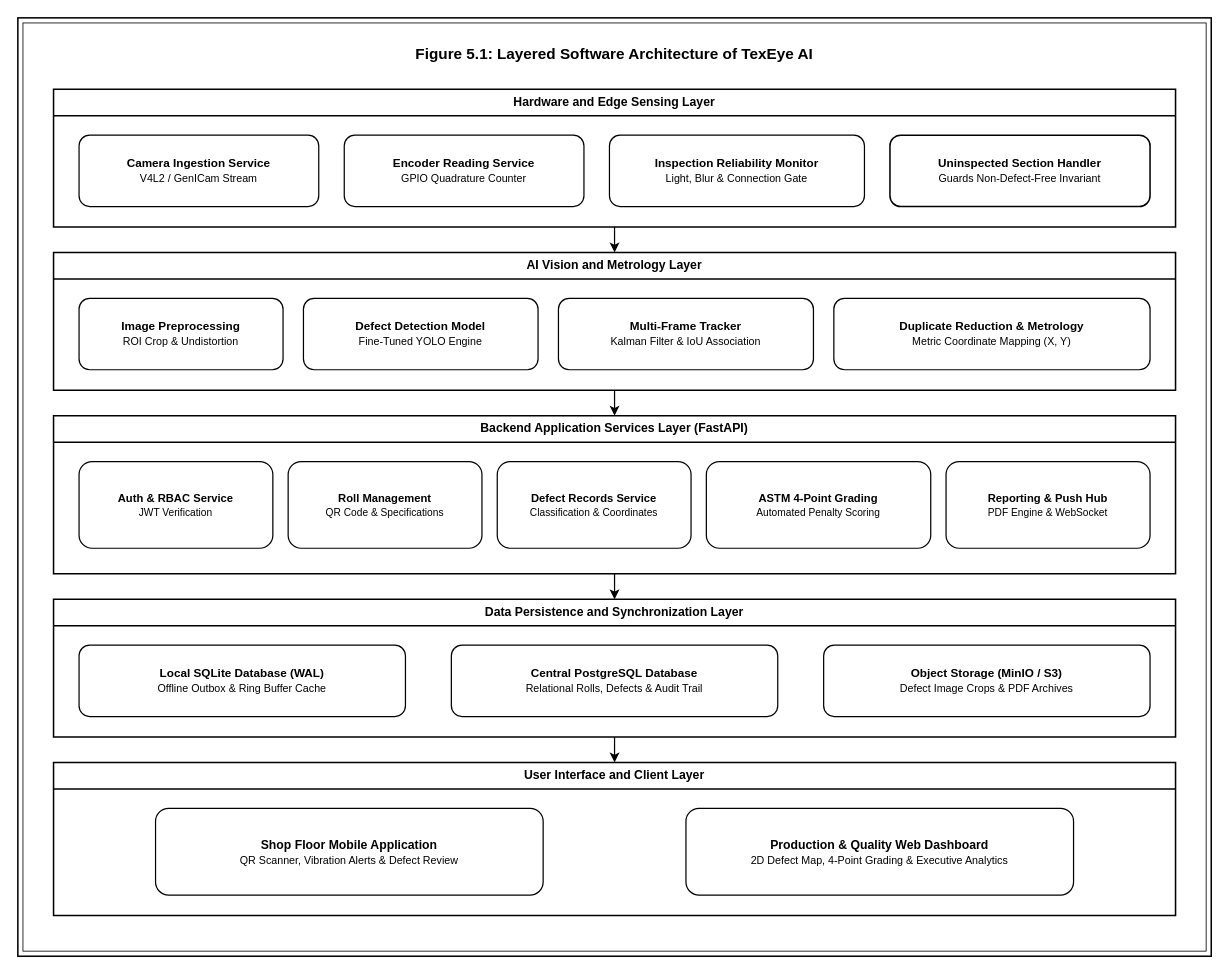
This is diagrams/drawio/05_software_architecture.drawio from TheBilalButt/TexEye-AI-FYP, a draw.io file, before an edit. Source tidied: cells renumbered, new cells numbered last; positions are measured from the earlier drawing's top-left corner, leaving out a move shared by most shapes. Both pictures are drawn from the tidied source at 102%, with x=0, y=0 at pixel (17, 17).
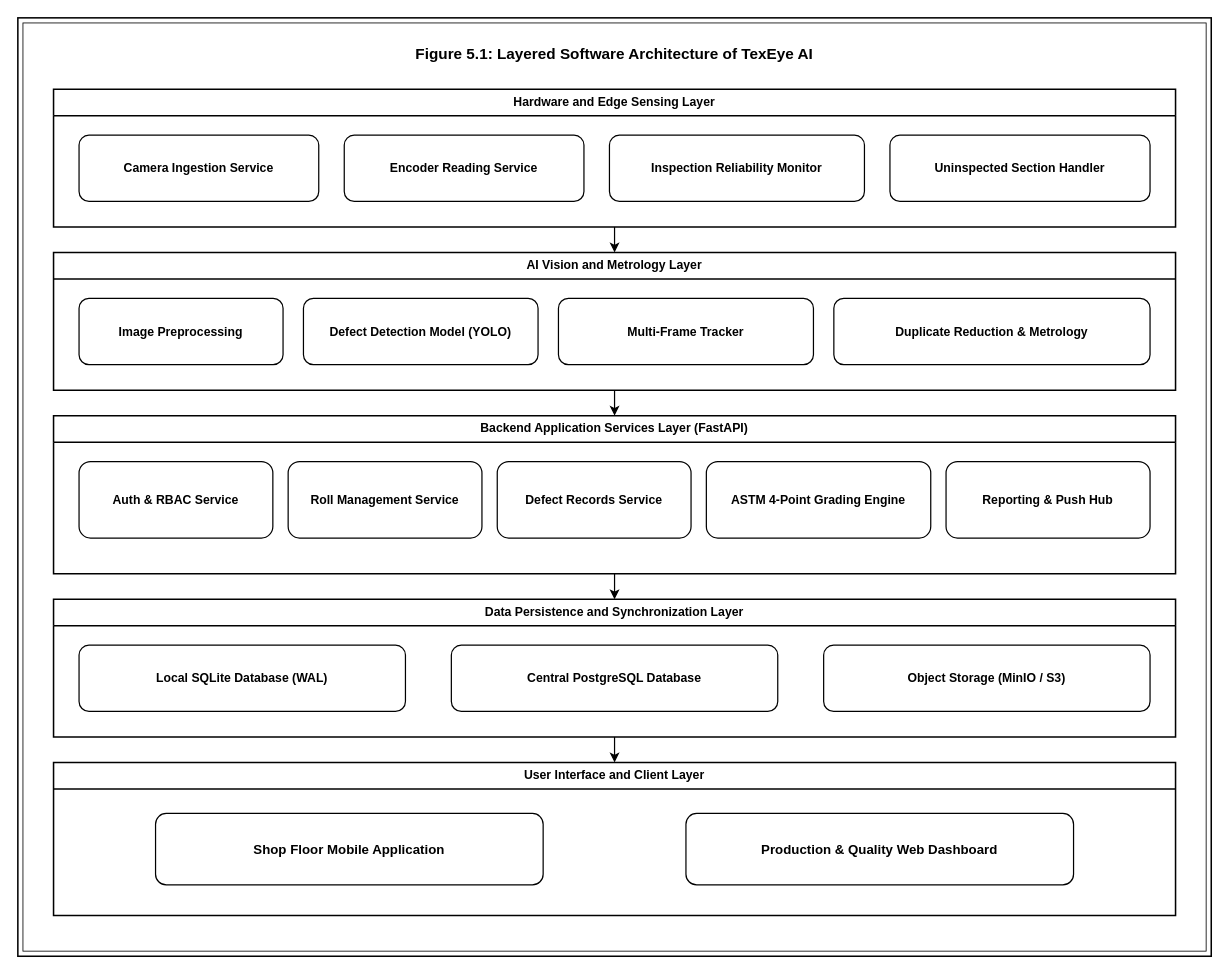
The same page after the edit.

Commit message (it also covers changes not shown here):
fix(software-arch): remove faded subtexts and center titles in Figure 5.1

Unchanged cells that the change refers to:
```xml
<mxCell id="5" value="&lt;b&gt;Hardware and Edge Sensing Layer&lt;/b&gt;" style="swimlane;whiteSpace=wrap;html=1;fillColor=#ffffff;strokeColor=#000000;strokeWidth=1.5;fontSize=12;fontColor=#000000;startSize=26;" parent="1" vertex="1">
  <mxGeometry x="35" y="70" width="1100" height="135" as="geometry" />
</mxCell>
<mxCell id="10" value="&lt;b&gt;AI Vision and Metrology Layer&lt;/b&gt;" style="swimlane;whiteSpace=wrap;html=1;fillColor=#ffffff;strokeColor=#000000;strokeWidth=1.5;fontSize=12;fontColor=#000000;startSize=26;" parent="1" vertex="1">
  <mxGeometry x="35" y="230" width="1100" height="135" as="geometry" />
</mxCell>
<mxCell id="15" value="&lt;b&gt;Backend Application Services Layer (FastAPI)&lt;/b&gt;" style="swimlane;whiteSpace=wrap;html=1;fillColor=#ffffff;strokeColor=#000000;strokeWidth=1.5;fontSize=12;fontColor=#000000;startSize=26;" parent="1" vertex="1">
  <mxGeometry x="35" y="390" width="1100" height="155" as="geometry" />
</mxCell>
<mxCell id="21" value="&lt;b&gt;Data Persistence and Synchronization Layer&lt;/b&gt;" style="swimlane;whiteSpace=wrap;html=1;fillColor=#ffffff;strokeColor=#000000;strokeWidth=1.5;fontSize=12;fontColor=#000000;startSize=26;" parent="1" vertex="1">
  <mxGeometry x="35" y="570" width="1100" height="135" as="geometry" />
</mxCell>
<mxCell id="25" value="&lt;b&gt;User Interface and Client Layer&lt;/b&gt;" style="swimlane;whiteSpace=wrap;html=1;fillColor=#ffffff;strokeColor=#000000;strokeWidth=1.5;fontSize=12;fontColor=#000000;startSize=26;" parent="1" vertex="1">
  <mxGeometry x="35" y="730" width="1100" height="150" as="geometry" />
</mxCell>
```

What changed in the source:
```diff
@@
-    <mxCell id="6" value="&lt;b&gt;Camera Ingestion Service&lt;/b&gt;&lt;br&gt;&lt;font style=&quot;font-size: 10.5px;&quot;&gt;V4L2 / GenICam Stream&lt;/font&gt;" style="rounded=1;whiteSpace=wrap;html=1;fillColor=#ffffff;strokeColor=#000000;strokeWidth=1.2;fontSize=11.5;fontColor=#000000;" parent="5" vertex="1">
-      <mxGeometry x="25" y="45" width="235" height="70" as="geometry" />
+    <mxCell id="6" value="&lt;b&gt;Camera Ingestion Service&lt;/b&gt;" style="rounded=1;whiteSpace=wrap;html=1;fillColor=#ffffff;strokeColor=#000000;strokeWidth=1.2;fontSize=12;fontColor=#000000;" parent="5" vertex="1">
+      <mxGeometry x="25" y="45" width="235" height="65" as="geometry" />
     </mxCell>
-    <mxCell id="7" value="&lt;b&gt;Encoder Reading Service&lt;/b&gt;&lt;br&gt;&lt;font style=&quot;font-size: 10.5px;&quot;&gt;GPIO Quadrature Counter&lt;/font&gt;" style="rounded=1;whiteSpace=wrap;html=1;fillColor=#ffffff;strokeColor=#000000;strokeWidth=1.2;fontSize=11.5;fontColor=#000000;" parent="5" vertex="1">
-      <mxGeometry x="285" y="45" width="235" height="70" as="geometry" />
+    <mxCell id="7" value="&lt;b&gt;Encoder Reading Service&lt;/b&gt;" style="rounded=1;whiteSpace=wrap;html=1;fillColor=#ffffff;strokeColor=#000000;strokeWidth=1.2;fontSize=12;fontColor=#000000;" parent="5" vertex="1">
+      <mxGeometry x="285" y="45" width="235" height="65" as="geometry" />
     </mxCell>
-    <mxCell id="8" value="&lt;b&gt;Inspection Reliability Monitor&lt;/b&gt;&lt;br&gt;&lt;font style=&quot;font-size: 10.5px;&quot;&gt;Light, Blur &amp;amp; Connection Gate&lt;/font&gt;" style="rounded=1;whiteSpace=wrap;html=1;fillColor=#ffffff;strokeColor=#000000;strokeWidth=1.2;fontSize=11.5;fontColor=#000000;" parent="5" vertex="1">
-      <mxGeometry x="545" y="45" width="250" height="70" as="geometry" />
+    <mxCell id="8" value="&lt;b&gt;Inspection Reliability Monitor&lt;/b&gt;" style="rounded=1;whiteSpace=wrap;html=1;fillColor=#ffffff;strokeColor=#000000;strokeWidth=1.2;fontSize=12;fontColor=#000000;" parent="5" vertex="1">
+      <mxGeometry x="545" y="45" width="250" height="65" as="geometry" />
     </mxCell>
-    <mxCell id="9" value="&lt;b&gt;Uninspected Section Handler&lt;/b&gt;&lt;br&gt;&lt;font style=&quot;font-size: 10.5px;&quot;&gt;Guards Non-Defect-Free Invariant&lt;/font&gt;" style="rounded=1;whiteSpace=wrap;html=1;fillColor=#ffffff;strokeColor=#000000;strokeWidth=1.5;fontSize=11.5;fontColor=#000000;" parent="5" vertex="1">
-      <mxGeometry x="820" y="45" width="255" height="70" as="geometry" />
+    <mxCell id="9" value="&lt;b&gt;Uninspected Section Handler&lt;/b&gt;" style="rounded=1;whiteSpace=wrap;html=1;fillColor=#ffffff;strokeColor=#000000;strokeWidth=1.2;fontSize=12;fontColor=#000000;" parent="5" vertex="1">
+      <mxGeometry x="820" y="45" width="255" height="65" as="geometry" />
     </mxCell>
@@
-    <mxCell id="11" value="&lt;b&gt;Image Preprocessing&lt;/b&gt;&lt;br&gt;&lt;font style=&quot;font-size: 10.5px;&quot;&gt;ROI Crop &amp;amp; Undistortion&lt;/font&gt;" style="rounded=1;whiteSpace=wrap;html=1;fillColor=#ffffff;strokeColor=#000000;strokeWidth=1.2;fontSize=11.5;fontColor=#000000;" parent="10" vertex="1">
-      <mxGeometry x="25" y="45" width="200" height="70" as="geometry" />
+    <mxCell id="11" value="&lt;b&gt;Image Preprocessing&lt;/b&gt;" style="rounded=1;whiteSpace=wrap;html=1;fillColor=#ffffff;strokeColor=#000000;strokeWidth=1.2;fontSize=12;fontColor=#000000;" parent="10" vertex="1">
+      <mxGeometry x="25" y="45" width="200" height="65" as="geometry" />
     </mxCell>
-    <mxCell id="12" value="&lt;b&gt;Defect Detection Model&lt;/b&gt;&lt;br&gt;&lt;font style=&quot;font-size: 10.5px;&quot;&gt;Fine-Tuned YOLO Engine&lt;/font&gt;" style="rounded=1;whiteSpace=wrap;html=1;fillColor=#ffffff;strokeColor=#000000;strokeWidth=1.2;fontSize=11.5;fontColor=#000000;" parent="10" vertex="1">
-      <mxGeometry x="245" y="45" width="230" height="70" as="geometry" />
+    <mxCell id="12" value="&lt;b&gt;Defect Detection Model (YOLO)&lt;/b&gt;" style="rounded=1;whiteSpace=wrap;html=1;fillColor=#ffffff;strokeColor=#000000;strokeWidth=1.2;fontSize=12;fontColor=#000000;" parent="10" vertex="1">
+      <mxGeometry x="245" y="45" width="230" height="65" as="geometry" />
     </mxCell>
-    <mxCell id="13" value="&lt;b&gt;Multi-Frame Tracker&lt;/b&gt;&lt;br&gt;&lt;font style=&quot;font-size: 10.5px;&quot;&gt;Kalman Filter &amp;amp; IoU Association&lt;/font&gt;" style="rounded=1;whiteSpace=wrap;html=1;fillColor=#ffffff;strokeColor=#000000;strokeWidth=1.2;fontSize=11.5;fontColor=#000000;" parent="10" vertex="1">
-      <mxGeometry x="495" y="45" width="250" height="70" as="geometry" />
+    <mxCell id="13" value="&lt;b&gt;Multi-Frame Tracker&lt;/b&gt;" style="rounded=1;whiteSpace=wrap;html=1;fillColor=#ffffff;strokeColor=#000000;strokeWidth=1.2;fontSize=12;fontColor=#000000;" parent="10" vertex="1">
+      <mxGeometry x="495" y="45" width="250" height="65" as="geometry" />
     </mxCell>
-    <mxCell id="14" value="&lt;b&gt;Duplicate Reduction &amp;amp; Metrology&lt;/b&gt;&lt;br&gt;&lt;font style=&quot;font-size: 10.5px;&quot;&gt;Metric Coordinate Mapping (X, Y)&lt;/font&gt;" style="rounded=1;whiteSpace=wrap;html=1;fillColor=#ffffff;strokeColor=#000000;strokeWidth=1.2;fontSize=11.5;fontColor=#000000;" parent="10" vertex="1">
-      <mxGeometry x="765" y="45" width="310" height="70" as="geometry" />
+    <mxCell id="14" value="&lt;b&gt;Duplicate Reduction &amp;amp; Metrology&lt;/b&gt;" style="rounded=1;whiteSpace=wrap;html=1;fillColor=#ffffff;strokeColor=#000000;strokeWidth=1.2;fontSize=12;fontColor=#000000;" parent="10" vertex="1">
+      <mxGeometry x="765" y="45" width="310" height="65" as="geometry" />
     </mxCell>
@@
-    <mxCell id="16" value="&lt;b&gt;Auth &amp;amp; RBAC Service&lt;/b&gt;&lt;br&gt;&lt;font style=&quot;font-size: 10px;&quot;&gt;JWT Verification&lt;/font&gt;" style="rounded=1;whiteSpace=wrap;html=1;fillColor=#ffffff;strokeColor=#000000;strokeWidth=1.2;fontSize=11;fontColor=#000000;" parent="15" vertex="1">
-      <mxGeometry x="25" y="45" width="190" height="85" as="geometry" />
+    <mxCell id="16" value="&lt;b&gt;Auth &amp;amp; RBAC Service&lt;/b&gt;" style="rounded=1;whiteSpace=wrap;html=1;fillColor=#ffffff;strokeColor=#000000;strokeWidth=1.2;fontSize=12;fontColor=#000000;" parent="15" vertex="1">
+      <mxGeometry x="25" y="45" width="190" height="75" as="geometry" />
     </mxCell>
-    <mxCell id="17" value="&lt;b&gt;Roll Management&lt;/b&gt;&lt;br&gt;&lt;font style=&quot;font-size: 10px;&quot;&gt;QR Code &amp;amp; Specifications&lt;/font&gt;" style="rounded=1;whiteSpace=wrap;html=1;fillColor=#ffffff;strokeColor=#000000;strokeWidth=1.2;fontSize=11;fontColor=#000000;" parent="15" vertex="1">
-      <mxGeometry x="230" y="45" width="190" height="85" as="geometry" />
+    <mxCell id="17" value="&lt;b&gt;Roll Management Service&lt;/b&gt;" style="rounded=1;whiteSpace=wrap;html=1;fillColor=#ffffff;strokeColor=#000000;strokeWidth=1.2;fontSize=12;fontColor=#000000;" parent="15" vertex="1">
+      <mxGeometry x="230" y="45" width="190" height="75" as="geometry" />
     </mxCell>
-    <mxCell id="18" value="&lt;b&gt;Defect Records Service&lt;/b&gt;&lt;br&gt;&lt;font style=&quot;font-size: 10px;&quot;&gt;Classification &amp;amp; Coordinates&lt;/font&gt;" style="rounded=1;whiteSpace=wrap;html=1;fillColor=#ffffff;strokeColor=#000000;strokeWidth=1.2;fontSize=11;fontColor=#000000;" parent="15" vertex="1">
-      <mxGeometry x="435" y="45" width="190" height="85" as="geometry" />
+    <mxCell id="18" value="&lt;b&gt;Defect Records Service&lt;/b&gt;" style="rounded=1;whiteSpace=wrap;html=1;fillColor=#ffffff;strokeColor=#000000;strokeWidth=1.2;fontSize=12;fontColor=#000000;" parent="15" vertex="1">
+      <mxGeometry x="435" y="45" width="190" height="75" as="geometry" />
     </mxCell>
-    <mxCell id="19" value="&lt;b&gt;ASTM 4-Point Grading&lt;/b&gt;&lt;br&gt;&lt;font style=&quot;font-size: 10px;&quot;&gt;Automated Penalty Scoring&lt;/font&gt;" style="rounded=1;whiteSpace=wrap;html=1;fillColor=#ffffff;strokeColor=#000000;strokeWidth=1.2;fontSize=11;fontColor=#000000;" parent="15" vertex="1">
-      <mxGeometry x="640" y="45" width="220" height="85" as="geometry" />
+    <mxCell id="19" value="&lt;b&gt;ASTM 4-Point Grading Engine&lt;/b&gt;" style="rounded=1;whiteSpace=wrap;html=1;fillColor=#ffffff;strokeColor=#000000;strokeWidth=1.2;fontSize=12;fontColor=#000000;" parent="15" vertex="1">
+      <mxGeometry x="640" y="45" width="220" height="75" as="geometry" />
     </mxCell>
-    <mxCell id="20" value="&lt;b&gt;Reporting &amp;amp; Push Hub&lt;/b&gt;&lt;br&gt;&lt;font style=&quot;font-size: 10px;&quot;&gt;PDF Engine &amp;amp; WebSocket&lt;/font&gt;" style="rounded=1;whiteSpace=wrap;html=1;fillColor=#ffffff;strokeColor=#000000;strokeWidth=1.2;fontSize=11;fontColor=#000000;" parent="15" vertex="1">
-      <mxGeometry x="875" y="45" width="200" height="85" as="geometry" />
+    <mxCell id="20" value="&lt;b&gt;Reporting &amp;amp; Push Hub&lt;/b&gt;" style="rounded=1;whiteSpace=wrap;html=1;fillColor=#ffffff;strokeColor=#000000;strokeWidth=1.2;fontSize=12;fontColor=#000000;" parent="15" vertex="1">
+      <mxGeometry x="875" y="45" width="200" height="75" as="geometry" />
     </mxCell>
@@
-    <mxCell id="22" value="&lt;b&gt;Local SQLite Database (WAL)&lt;/b&gt;&lt;br&gt;&lt;font style=&quot;font-size: 10.5px;&quot;&gt;Offline Outbox &amp;amp; Ring Buffer Cache&lt;/font&gt;" style="rounded=1;whiteSpace=wrap;html=1;fillColor=#ffffff;strokeColor=#000000;strokeWidth=1.2;fontSize=11.5;fontColor=#000000;" parent="21" vertex="1">
-      <mxGeometry x="25" y="45" width="320" height="70" as="geometry" />
+    <mxCell id="22" value="&lt;b&gt;Local SQLite Database (WAL)&lt;/b&gt;" style="rounded=1;whiteSpace=wrap;html=1;fillColor=#ffffff;strokeColor=#000000;strokeWidth=1.2;fontSize=12;fontColor=#000000;" parent="21" vertex="1">
+      <mxGeometry x="25" y="45" width="320" height="65" as="geometry" />
     </mxCell>
-    <mxCell id="23" value="&lt;b&gt;Central PostgreSQL Database&lt;/b&gt;&lt;br&gt;&lt;font style=&quot;font-size: 10.5px;&quot;&gt;Relational Rolls, Defects &amp;amp; Audit Trail&lt;/font&gt;" style="rounded=1;whiteSpace=wrap;html=1;fillColor=#ffffff;strokeColor=#000000;strokeWidth=1.2;fontSize=11.5;fontColor=#000000;" parent="21" vertex="1">
-      <mxGeometry x="390" y="45" width="320" height="70" as="geometry" />
+    <mxCell id="23" value="&lt;b&gt;Central PostgreSQL Database&lt;/b&gt;" style="rounded=1;whiteSpace=wrap;html=1;fillColor=#ffffff;strokeColor=#000000;strokeWidth=1.2;fontSize=12;fontColor=#000000;" parent="21" vertex="1">
+      <mxGeometry x="390" y="45" width="320" height="65" as="geometry" />
     </mxCell>
-    <mxCell id="24" value="&lt;b&gt;Object Storage (MinIO / S3)&lt;/b&gt;&lt;br&gt;&lt;font style=&quot;font-size: 10.5px;&quot;&gt;Defect Image Crops &amp;amp; PDF Archives&lt;/font&gt;" style="rounded=1;whiteSpace=wrap;html=1;fillColor=#ffffff;strokeColor=#000000;strokeWidth=1.2;fontSize=11.5;fontColor=#000000;" parent="21" vertex="1">
-      <mxGeometry x="755" y="45" width="320" height="70" as="geometry" />
+    <mxCell id="24" value="&lt;b&gt;Object Storage (MinIO / S3)&lt;/b&gt;" style="rounded=1;whiteSpace=wrap;html=1;fillColor=#ffffff;strokeColor=#000000;strokeWidth=1.2;fontSize=12;fontColor=#000000;" parent="21" vertex="1">
+      <mxGeometry x="755" y="45" width="320" height="65" as="geometry" />
     </mxCell>
@@
-    <mxCell id="26" value="&lt;b&gt;Shop Floor Mobile Application&lt;/b&gt;&lt;br&gt;&lt;font style=&quot;font-size: 10.5px;&quot;&gt;QR Scanner, Vibration Alerts &amp;amp; Defect Review&lt;/font&gt;" style="rounded=1;whiteSpace=wrap;html=1;fillColor=#ffffff;strokeColor=#000000;strokeWidth=1.2;fontSize=12;fontColor=#000000;" parent="25" vertex="1">
-      <mxGeometry x="100" y="45" width="380" height="85" as="geometry" />
+    <mxCell id="26" value="&lt;b&gt;Shop Floor Mobile Application&lt;/b&gt;" style="rounded=1;whiteSpace=wrap;html=1;fillColor=#ffffff;strokeColor=#000000;strokeWidth=1.2;fontSize=13;fontColor=#000000;" parent="25" vertex="1">
+      <mxGeometry x="100" y="50" width="380" height="70" as="geometry" />
     </mxCell>
-    <mxCell id="27" value="&lt;b&gt;Production &amp;amp; Quality Web Dashboard&lt;/b&gt;&lt;br&gt;&lt;font style=&quot;font-size: 10.5px;&quot;&gt;2D Defect Map, 4-Point Grading &amp;amp; Executive Analytics&lt;/font&gt;" style="rounded=1;whiteSpace=wrap;html=1;fillColor=#ffffff;strokeColor=#000000;strokeWidth=1.2;fontSize=12;fontColor=#000000;" parent="25" vertex="1">
-      <mxGeometry x="620" y="45" width="380" height="85" as="geometry" />
+    <mxCell id="27" value="&lt;b&gt;Production &amp;amp; Quality Web Dashboard&lt;/b&gt;" style="rounded=1;whiteSpace=wrap;html=1;fillColor=#ffffff;strokeColor=#000000;strokeWidth=1.2;fontSize=13;fontColor=#000000;" parent="25" vertex="1">
+      <mxGeometry x="620" y="50" width="380" height="70" as="geometry" />
     </mxCell>
```
